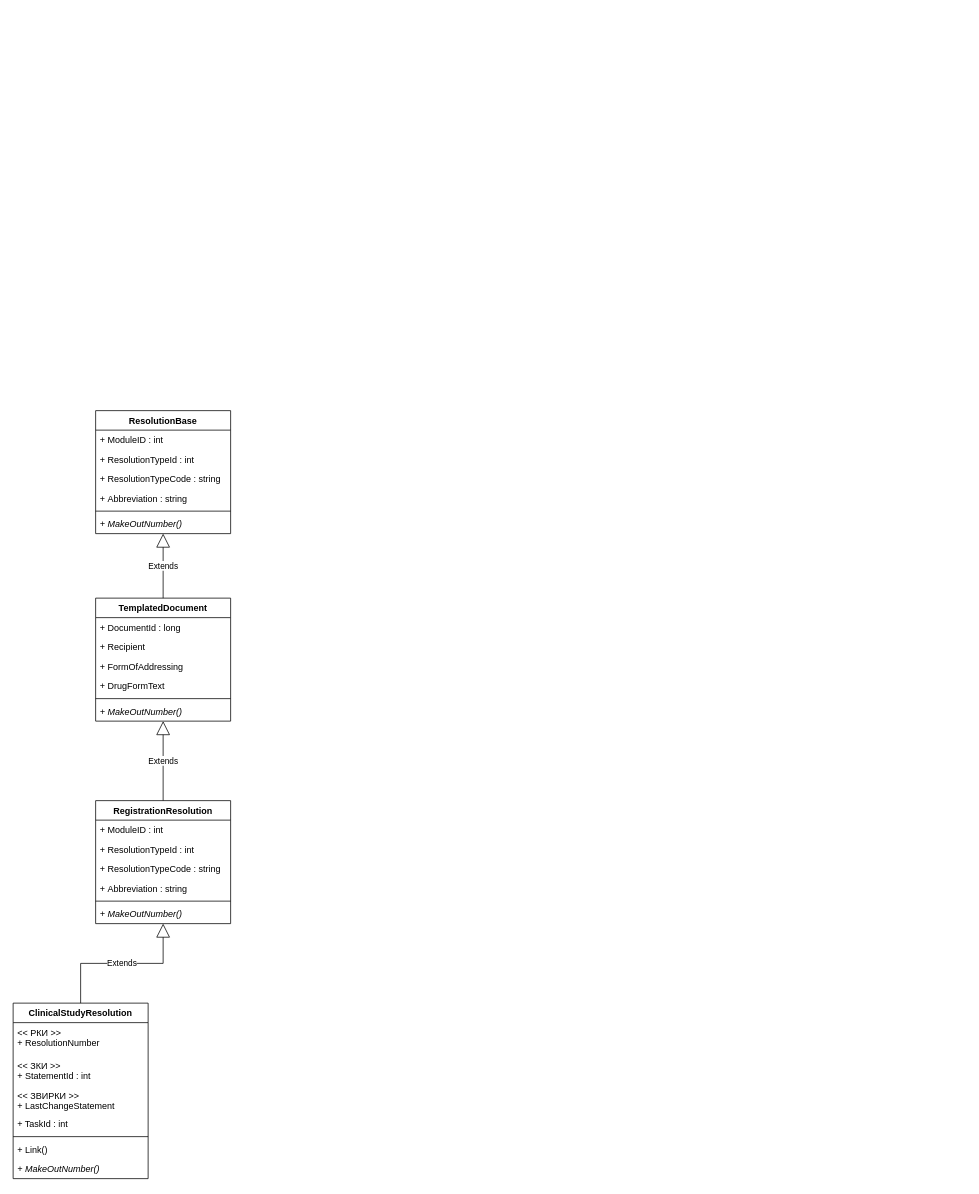
The draw.io diagram Domain/Resolutions/RegistrationResolution.DO.drawio in davyd0ff/so-line-grls, before the edit. Source tidied: cells renumbered, new cells numbered last; positions are measured from the earlier drawing's top-left corner, leaving out a move shared by most shapes. Both pictures are drawn from the tidied source at 75%, with x=0, y=0 at pixel (13, 410).
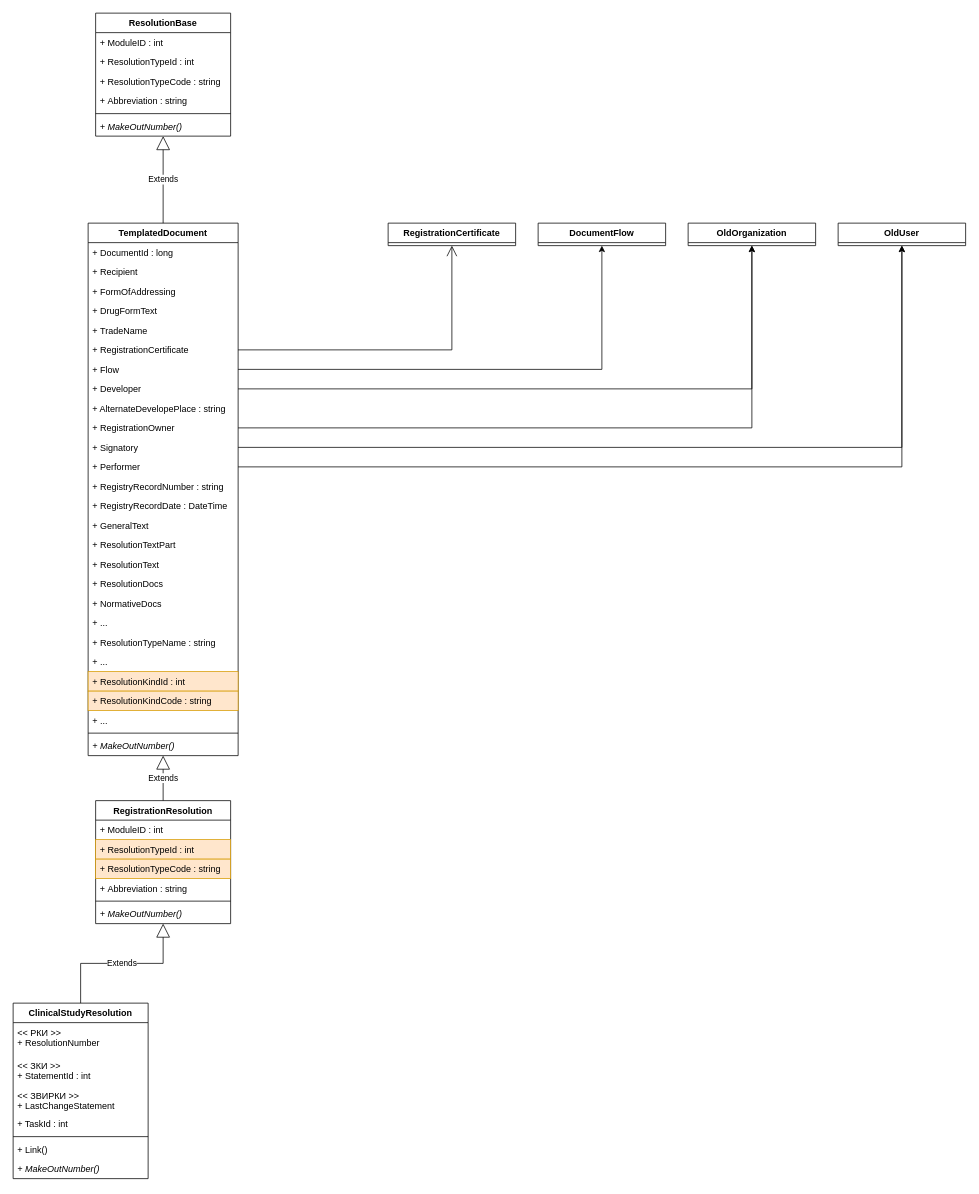
The same diagram, later.

Unchanged cells that the change refers to:
```xml
<mxCell id="2" value="RegistrationResolution" style="swimlane;fontStyle=1;align=center;verticalAlign=top;horizontal=1;startSize=26;" parent="1" vertex="1">
  <mxGeometry x="110" y="520" width="180" height="164" as="geometry" />
</mxCell>
```

The edit, as a diff of the source:
```diff
@@
-    <mxCell id="4" value="+ ResolutionTypeId : int" style="text;strokeColor=none;fillColor=none;align=left;verticalAlign=top;spacingLeft=4;spacingRight=4;overflow=hidden;" parent="2" vertex="1">
+    <mxCell id="4" value="+ ResolutionTypeId : int" style="text;strokeColor=#d79b00;fillColor=#ffe6cc;align=left;verticalAlign=top;spacingLeft=4;spacingRight=4;overflow=hidden;" parent="2" vertex="1">
       <mxGeometry y="52" width="180" height="26" as="geometry" />
     </mxCell>
-    <mxCell id="5" value="+ ResolutionTypeCode : string" style="text;strokeColor=none;fillColor=none;align=left;verticalAlign=top;spacingLeft=4;spacingRight=4;overflow=hidden;" parent="2" vertex="1">
+    <mxCell id="5" value="+ ResolutionTypeCode : string" style="text;strokeColor=#d79b00;fillColor=#ffe6cc;align=left;verticalAlign=top;spacingLeft=4;spacingRight=4;overflow=hidden;" parent="2" vertex="1">
       <mxGeometry y="78" width="180" height="26" as="geometry" />
     </mxCell>
@@
     <mxCell id="18" value="TemplatedDocument" style="swimlane;fontStyle=1;align=center;verticalAlign=top;horizontal=1;startSize=26;" parent="1" vertex="1">
-      <mxGeometry x="110" y="250" width="180" height="164" as="geometry" />
+      <mxGeometry x="100" y="-250" width="200" height="710" as="geometry" />
     </mxCell>
     <mxCell id="19" value="+ DocumentId : long" style="text;strokeColor=none;fillColor=none;align=left;verticalAlign=top;spacingLeft=4;spacingRight=4;overflow=hidden;" parent="18" vertex="1">
-      <mxGeometry y="26" width="180" height="26" as="geometry" />
+      <mxGeometry y="26" width="200" height="26" as="geometry" />
     </mxCell>
     <mxCell id="20" value="+ Recipient" style="text;strokeColor=none;fillColor=none;align=left;verticalAlign=top;spacingLeft=4;spacingRight=4;overflow=hidden;" parent="18" vertex="1">
-      <mxGeometry y="52" width="180" height="26" as="geometry" />
+      <mxGeometry y="52" width="200" height="26" as="geometry" />
     </mxCell>
     <mxCell id="21" value="+ FormOfAddressing" style="text;strokeColor=none;fillColor=none;align=left;verticalAlign=top;spacingLeft=4;spacingRight=4;overflow=hidden;" parent="18" vertex="1">
-      <mxGeometry y="78" width="180" height="26" as="geometry" />
+      <mxGeometry y="78" width="200" height="26" as="geometry" />
     </mxCell>
     <mxCell id="22" value="+ DrugFormText" style="text;strokeColor=none;fillColor=none;align=left;verticalAlign=top;spacingLeft=4;spacingRight=4;overflow=hidden;" parent="18" vertex="1">
-      <mxGeometry y="104" width="180" height="26" as="geometry" />
+      <mxGeometry y="104" width="200" height="26" as="geometry" />
     </mxCell>
+    <mxCell id="34" value="+ TradeName" style="text;strokeColor=none;fillColor=none;align=left;verticalAlign=top;spacingLeft=4;spacingRight=4;overflow=hidden;" parent="18" vertex="1">
+      <mxGeometry y="130" width="200" height="26" as="geometry" />
+    </mxCell>
+    <mxCell id="35" value="+ RegistrationCertificate" style="text;strokeColor=none;fillColor=none;align=left;verticalAlign=top;spacingLeft=4;spacingRight=4;overflow=hidden;points=[[0,0.5],[1,0.5]];portConstraint=eastwest;" parent="18" vertex="1">
+      <mxGeometry y="156" width="200" height="26" as="geometry" />
+    </mxCell>
+    <mxCell id="36" value="+ Flow" style="text;strokeColor=none;fillColor=none;align=left;verticalAlign=top;spacingLeft=4;spacingRight=4;overflow=hidden;points=[[0,0.5],[1,0.5]];portConstraint=eastwest;" parent="18" vertex="1">
+      <mxGeometry y="182" width="200" height="26" as="geometry" />
+    </mxCell>
+    <mxCell id="37" value="+ Developer" style="text;strokeColor=none;fillColor=none;align=left;verticalAlign=top;spacingLeft=4;spacingRight=4;overflow=hidden;points=[[0,0.5],[1,0.5]];portConstraint=eastwest;" parent="18" vertex="1">
+      <mxGeometry y="208" width="200" height="26" as="geometry" />
+    </mxCell>
+    <mxCell id="38" value="+ AlternateDevelopePlace : string" style="text;strokeColor=none;fillColor=none;align=left;verticalAlign=top;spacingLeft=4;spacingRight=4;overflow=hidden;" parent="18" vertex="1">
+      <mxGeometry y="234" width="200" height="26" as="geometry" />
+    </mxCell>
+    <mxCell id="39" value="+ RegistrationOwner" style="text;strokeColor=none;fillColor=none;align=left;verticalAlign=top;spacingLeft=4;spacingRight=4;overflow=hidden;points=[[0,0.5],[1,0.5]];portConstraint=eastwest;" parent="18" vertex="1">
+      <mxGeometry y="260" width="200" height="26" as="geometry" />
+    </mxCell>
+    <mxCell id="40" value="+ Signatory" style="text;strokeColor=none;fillColor=none;align=left;verticalAlign=top;spacingLeft=4;spacingRight=4;overflow=hidden;points=[[0,0.5],[1,0.5]];portConstraint=eastwest;" parent="18" vertex="1">
+      <mxGeometry y="286" width="200" height="26" as="geometry" />
+    </mxCell>
+    <mxCell id="41" value="+ Performer" style="text;strokeColor=none;fillColor=none;align=left;verticalAlign=top;spacingLeft=4;spacingRight=4;overflow=hidden;points=[[0,0.5],[1,0.5]];portConstraint=eastwest;" parent="18" vertex="1">
+      <mxGeometry y="312" width="200" height="26" as="geometry" />
+    </mxCell>
+    <mxCell id="42" value="+ RegistryRecordNumber : string" style="text;strokeColor=none;fillColor=none;align=left;verticalAlign=top;spacingLeft=4;spacingRight=4;overflow=hidden;" parent="18" vertex="1">
+      <mxGeometry y="338" width="200" height="26" as="geometry" />
+    </mxCell>
+    <mxCell id="43" value="+ RegistryRecordDate : DateTime" style="text;strokeColor=none;fillColor=none;align=left;verticalAlign=top;spacingLeft=4;spacingRight=4;overflow=hidden;" parent="18" vertex="1">
+      <mxGeometry y="364" width="200" height="26" as="geometry" />
+    </mxCell>
+    <mxCell id="44" value="+ GeneralText" style="text;strokeColor=none;fillColor=none;align=left;verticalAlign=top;spacingLeft=4;spacingRight=4;overflow=hidden;" parent="18" vertex="1">
+      <mxGeometry y="390" width="200" height="26" as="geometry" />
+    </mxCell>
+    <mxCell id="45" value="+ ResolutionTextPart" style="text;strokeColor=none;fillColor=none;align=left;verticalAlign=top;spacingLeft=4;spacingRight=4;overflow=hidden;" parent="18" vertex="1">
+      <mxGeometry y="416" width="200" height="26" as="geometry" />
+    </mxCell>
+    <mxCell id="46" value="+ ResolutionText" style="text;strokeColor=none;fillColor=none;align=left;verticalAlign=top;spacingLeft=4;spacingRight=4;overflow=hidden;" parent="18" vertex="1">
+      <mxGeometry y="442" width="200" height="26" as="geometry" />
+    </mxCell>
+    <mxCell id="47" value="+ ResolutionDocs" style="text;strokeColor=none;fillColor=none;align=left;verticalAlign=top;spacingLeft=4;spacingRight=4;overflow=hidden;" parent="18" vertex="1">
+      <mxGeometry y="468" width="200" height="26" as="geometry" />
+    </mxCell>
+    <mxCell id="48" value="+ NormativeDocs" style="text;strokeColor=none;fillColor=none;align=left;verticalAlign=top;spacingLeft=4;spacingRight=4;overflow=hidden;" parent="18" vertex="1">
+      <mxGeometry y="494" width="200" height="26" as="geometry" />
+    </mxCell>
+    <mxCell id="49" value="+ ..." style="text;strokeColor=none;fillColor=none;align=left;verticalAlign=top;spacingLeft=4;spacingRight=4;overflow=hidden;" parent="18" vertex="1">
+      <mxGeometry y="520" width="200" height="26" as="geometry" />
+    </mxCell>
+    <mxCell id="50" value="+ ResolutionTypeName : string" style="text;strokeColor=none;fillColor=none;align=left;verticalAlign=top;spacingLeft=4;spacingRight=4;overflow=hidden;" parent="18" vertex="1">
+      <mxGeometry y="546" width="200" height="26" as="geometry" />
+    </mxCell>
+    <mxCell id="51" value="+ ..." style="text;strokeColor=none;fillColor=none;align=left;verticalAlign=top;spacingLeft=4;spacingRight=4;overflow=hidden;" parent="18" vertex="1">
+      <mxGeometry y="572" width="200" height="26" as="geometry" />
+    </mxCell>
+    <mxCell id="52" value="+ ResolutionKindId : int" style="text;strokeColor=#d79b00;fillColor=#ffe6cc;align=left;verticalAlign=top;spacingLeft=4;spacingRight=4;overflow=hidden;" parent="18" vertex="1">
+      <mxGeometry y="598" width="200" height="26" as="geometry" />
+    </mxCell>
+    <mxCell id="53" value="+ ResolutionKindCode : string" style="text;strokeColor=#d79b00;fillColor=#ffe6cc;align=left;verticalAlign=top;spacingLeft=4;spacingRight=4;overflow=hidden;" parent="18" vertex="1">
+      <mxGeometry y="624" width="200" height="26" as="geometry" />
+    </mxCell>
+    <mxCell id="54" value="+ ..." style="text;strokeColor=none;fillColor=none;align=left;verticalAlign=top;spacingLeft=4;spacingRight=4;overflow=hidden;" parent="18" vertex="1">
+      <mxGeometry y="650" width="200" height="26" as="geometry" />
+    </mxCell>
     <mxCell id="23" style="line;strokeWidth=1;fillColor=none;align=left;verticalAlign=middle;spacingTop=-1;spacingLeft=3;spacingRight=3;labelPosition=right;strokeColor=inherit;" parent="18" vertex="1">
-      <mxGeometry y="130" width="180" height="8" as="geometry" />
+      <mxGeometry y="676" width="200" height="8" as="geometry" />
     </mxCell>
     <mxCell id="24" value="+ MakeOutNumber()" style="text;strokeColor=none;fillColor=none;align=left;verticalAlign=top;spacingLeft=4;spacingRight=4;overflow=hidden;fontStyle=2;" parent="18" vertex="1">
-      <mxGeometry y="138" width="180" height="26" as="geometry" />
+      <mxGeometry y="684" width="200" height="26" as="geometry" />
     </mxCell>
@@
     <mxCell id="26" value="ResolutionBase" style="swimlane;fontStyle=1;align=center;verticalAlign=top;horizontal=1;startSize=26;" parent="1" vertex="1">
-      <mxGeometry x="110" width="180" height="164" as="geometry" />
+      <mxGeometry x="110" y="-530" width="180" height="164" as="geometry" />
     </mxCell>
@@
+    <mxCell id="55" value="RegistrationCertificate" style="swimlane;fontStyle=1;align=center;verticalAlign=top;horizontal=1;startSize=26;" parent="1" vertex="1" collapsed="1">
+      <mxGeometry x="500" y="-250" width="170" height="30" as="geometry" />
+    </mxCell>
+    <mxCell id="56" style="endArrow=open;endFill=1;endSize=12;html=1;rounded=0;fontSize=11;edgeStyle=orthogonalEdgeStyle;" parent="1" edge="1" source="35" target="55">
+      <mxGeometry relative="1" as="geometry" />
+    </mxCell>
+    <mxCell id="57" value="DocumentFlow" style="swimlane;fontStyle=1;align=center;verticalAlign=top;horizontal=1;startSize=26;" parent="1" vertex="1" collapsed="1">
+      <mxGeometry x="700" y="-250" width="170" height="30" as="geometry" />
+    </mxCell>
+    <mxCell id="58" style="edgeStyle=orthogonalEdgeStyle;rounded=0;jettySize=auto;html=1;fontSize=11;" parent="1" edge="1" source="36" target="57">
+      <mxGeometry relative="1" as="geometry" />
+    </mxCell>
+    <mxCell id="59" value="OldOrganization" style="swimlane;fontStyle=1;align=center;verticalAlign=top;horizontal=1;startSize=26;" parent="1" vertex="1" collapsed="1">
+      <mxGeometry x="900" y="-250" width="170" height="30" as="geometry" />
+    </mxCell>
+    <mxCell id="60" style="edgeStyle=orthogonalEdgeStyle;rounded=0;jettySize=auto;html=1;fontSize=11;" parent="1" edge="1" source="37" target="59">
+      <mxGeometry relative="1" as="geometry" />
+    </mxCell>
+    <mxCell id="61" style="edgeStyle=orthogonalEdgeStyle;rounded=0;jettySize=auto;html=1;fontSize=11;" parent="1" edge="1" source="39" target="59">
+      <mxGeometry relative="1" as="geometry" />
+    </mxCell>
+    <mxCell id="62" value="OldUser" style="swimlane;fontStyle=1;align=center;verticalAlign=top;horizontal=1;startSize=26;" parent="1" vertex="1" collapsed="1">
+      <mxGeometry x="1100" y="-250" width="170" height="30" as="geometry" />
+    </mxCell>
+    <mxCell id="63" style="edgeStyle=orthogonalEdgeStyle;rounded=0;jettySize=auto;html=1;fontSize=11;" parent="1" edge="1" source="40" target="62">
+      <mxGeometry relative="1" as="geometry" />
+    </mxCell>
+    <mxCell id="64" style="edgeStyle=orthogonalEdgeStyle;rounded=0;jettySize=auto;html=1;fontSize=11;" parent="1" edge="1" source="41" target="62">
+      <mxGeometry relative="1" as="geometry" />
+    </mxCell>
```
